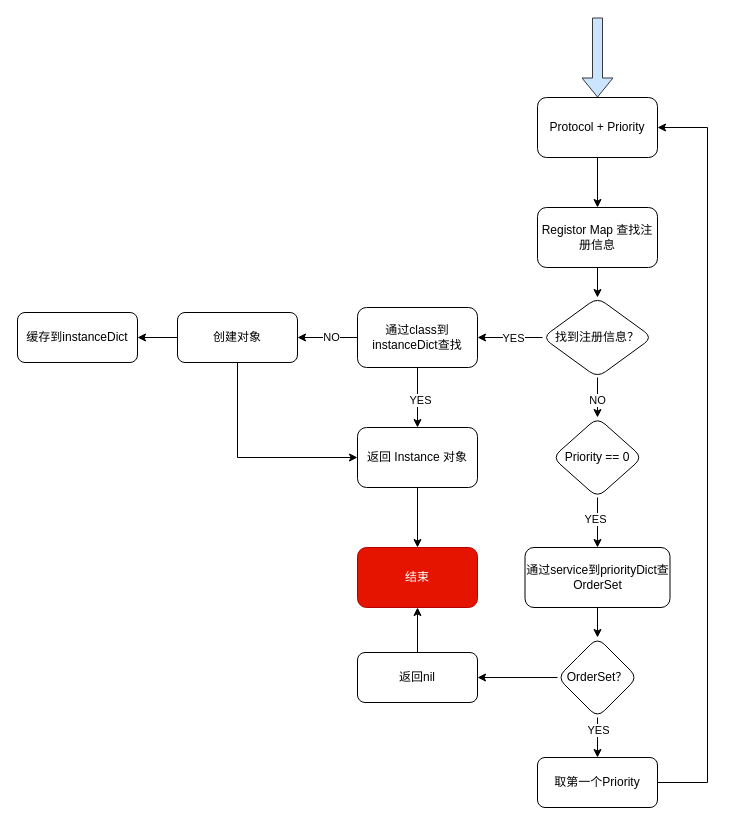
Before: page "第 3 页" (3 of 3) of Resources/ZDMediator架构.drawio in faimin/ZDMediator, a draw.io diagram. Source tidied: cells renumbered, new cells numbered last; positions are measured from the earlier drawing's top-left corner, leaving out a move shared by most shapes. Both pictures are drawn from the tidied source at 100%, with x=0, y=0 at pixel (17, 17).
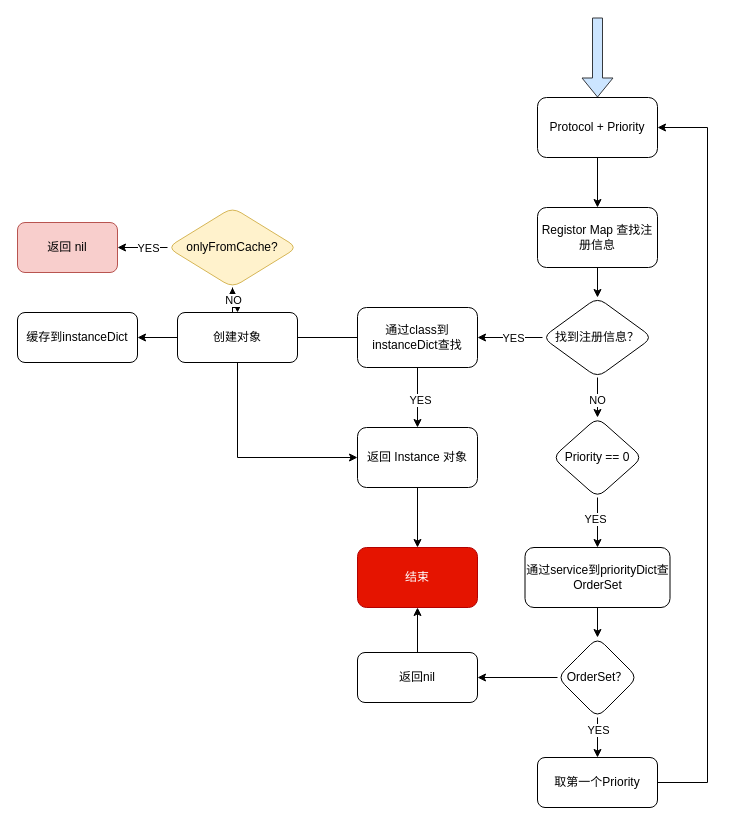
The same diagram, later.

The change refers to these unchanged cells:
```xml
<mxCell id="18" value="通过class到instanceDict查找" style="whiteSpace=wrap;html=1;rounded=1;" parent="1" vertex="1">
  <mxGeometry x="340" y="290" width="120" height="60" as="geometry" />
</mxCell>
<mxCell id="21" value="创建对象" style="whiteSpace=wrap;html=1;rounded=1;" parent="1" vertex="1">
  <mxGeometry x="160" y="295" width="120" height="50" as="geometry" />
</mxCell>
```

The edit, as a diff of the source:
```diff
@@
-    <mxCell id="14" style="edgeStyle=orthogonalEdgeStyle;rounded=0;jettySize=auto;html=1;" parent="1" edge="1" source="18" target="21">
+    <mxCell id="14" style="edgeStyle=orthogonalEdgeStyle;rounded=0;jettySize=auto;html=1;" parent="1" edge="1" source="18" target="37">
       <mxGeometry relative="1" as="geometry" />
     </mxCell>
@@
+    <mxCell id="37" value="onlyFromCache?" style="rhombus;whiteSpace=wrap;html=1;rounded=1;fillColor=#fff2cc;strokeColor=#d6b656;" parent="1" vertex="1">
+      <mxGeometry x="150" y="190" width="130" height="80" as="geometry" />
+    </mxCell>
+    <mxCell id="38" style="edgeStyle=orthogonalEdgeStyle;rounded=0;jettySize=auto;html=1;" parent="1" edge="1" source="37" target="40">
+      <mxGeometry relative="1" as="geometry" />
+    </mxCell>
+    <mxCell id="39" value="YES" style="edgeLabel;html=1;align=center;verticalAlign=middle;" parent="38" vertex="1">
+      <mxGeometry x="-0.2" relative="1" as="geometry" />
+    </mxCell>
+    <mxCell id="40" value="返回 nil" style="whiteSpace=wrap;html=1;rounded=1;fillColor=#f8cecc;strokeColor=#b85450;" parent="1" vertex="1">
+      <mxGeometry y="205" width="100" height="50" as="geometry" />
+    </mxCell>
+    <mxCell id="41" style="edgeStyle=orthogonalEdgeStyle;rounded=0;jettySize=auto;html=1;" parent="1" edge="1" source="37" target="21">
+      <mxGeometry relative="1" as="geometry" />
+    </mxCell>
+    <mxCell id="42" value="NO" style="edgeLabel;html=1;align=center;verticalAlign=middle;" parent="41" vertex="1">
+      <mxGeometry x="-0.2" relative="1" as="geometry" />
+    </mxCell>
```
